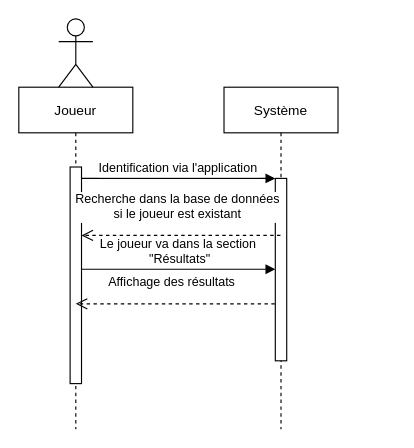
Kimaaaaaaa/Plots-_Lumineux_BTS_2022-2024 keeps this draw.io diagram as 1-Spécifications/Sequence/DiagrammeDeSéquence_consulter_les_résultats.drawio. Above is the earlier version. Source tidied: cells renumbered, new cells numbered last; positions are measured from the earlier drawing's top-left corner, leaving out a move shared by most shapes. Both pictures are drawn from the tidied source at 114%, with x=0, y=0 at pixel (18, 18).
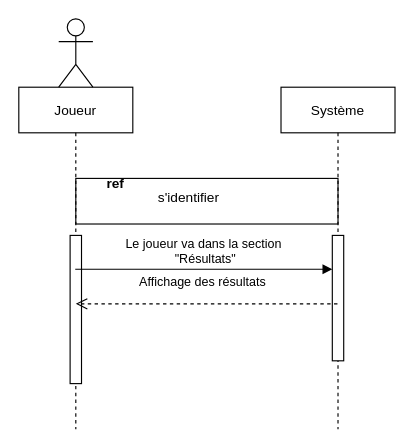
After the change.

What changed in the source:
```diff
@@
 <mxGraphModel>
   <root>
     <mxCell id="0" />
     <mxCell id="1" parent="0" />
+    <mxCell id="11" style="group;" parent="1" vertex="1">
+      <mxGeometry x="50" y="140" width="230" height="40" as="geometry" />
+    </mxCell>
+    <mxCell id="12" style="html=1;align=left;" parent="11" vertex="1">
+      <mxGeometry width="230" height="40" as="geometry" />
+    </mxCell>
+    <mxCell id="13" value="s'identifier" style="text;align=center;fontStyle=0;verticalAlign=middle;spacingLeft=3;spacingRight=3;strokeColor=none;" parent="11" vertex="1">
+      <mxGeometry x="74.8" y="14" width="49" height="4.7" as="geometry" />
+    </mxCell>
+    <mxCell id="14" value="ref" style="text;align=center;fontStyle=1;verticalAlign=middle;spacingLeft=3;spacingRight=3;strokeColor=none;" parent="11" vertex="1">
+      <mxGeometry x="10.5" y="1.8" width="49" height="4.7" as="geometry" />
+    </mxCell>
     <mxCell id="2" value="Joueur" style="shape=umlLifeline;perimeter=lifelinePerimeter;rounded=0;shadow=0;strokeWidth=1;" parent="1" vertex="1">
       <mxGeometry y="60" width="100" height="300" as="geometry" />
     </mxCell>
     <mxCell id="3" style="points=[];perimeter=orthogonalPerimeter;rounded=0;shadow=0;strokeWidth=1;" parent="2" vertex="1">
-      <mxGeometry x="45" y="70" width="10" height="190" as="geometry" />
+      <mxGeometry x="45" y="130" width="10" height="130" as="geometry" />
     </mxCell>
     <mxCell id="4" value="Système" style="shape=umlLifeline;perimeter=lifelinePerimeter;rounded=0;shadow=0;strokeWidth=1;" parent="1" vertex="1">
-      <mxGeometry x="180" y="60" width="100" height="300" as="geometry" />
+      <mxGeometry x="230" y="60" width="100" height="300" as="geometry" />
     </mxCell>
     <mxCell id="5" style="points=[];perimeter=orthogonalPerimeter;rounded=0;shadow=0;strokeWidth=1;" parent="4" vertex="1">
-      <mxGeometry x="45" y="80" width="10" height="160" as="geometry" />
+      <mxGeometry x="45" y="130" width="10" height="110" as="geometry" />
     </mxCell>
-    <mxCell id="6" value="Le joueur va dans la section&#10; &quot;Résultats&quot;" style="verticalAlign=bottom;endArrow=block;entryX=0;entryY=0;shadow=0;strokeWidth=1;" parent="4" edge="1">
+    <mxCell id="6" value="Le joueur va dans la section&#10; &quot;Résultats&quot;" style="verticalAlign=bottom;endArrow=block;entryX=0;entryY=0;shadow=0;strokeWidth=1;" parent="4" edge="1" source="2">
       <mxGeometry relative="1" as="geometry">
-        <mxPoint x="-125" y="159.7" as="sourcePoint" />
         <mxPoint x="45" y="159.7" as="targetPoint" />
       </mxGeometry>
     </mxCell>
-    <mxCell id="7" value="Recherche dans la base de données &#10;si le joueur est existant" style="verticalAlign=bottom;endArrow=open;dashed=1;endSize=8;shadow=0;strokeWidth=1;" parent="1" edge="1" source="4" target="3">
-      <mxGeometry x="0.03" y="-10" relative="1" as="geometry">
-        <Array as="points">
-          <mxPoint x="200" y="190" />
-          <mxPoint x="100" y="190" />
-        </Array>
-      </mxGeometry>
-    </mxCell>
-    <mxCell id="8" value="Identification via l'application" style="verticalAlign=bottom;endArrow=block;entryX=0;entryY=0;shadow=0;strokeWidth=1;" parent="1" edge="1" source="3" target="5">
-      <mxGeometry relative="1" as="geometry" />
-    </mxCell>
-    <mxCell id="9" value="Affichage des résultats" style="verticalAlign=bottom;endArrow=open;dashed=1;endSize=8;shadow=0;strokeWidth=1;" parent="1" edge="1">
+    <mxCell id="9" value="Affichage des résultats" style="verticalAlign=bottom;endArrow=open;dashed=1;endSize=8;shadow=0;strokeWidth=1;" parent="1" edge="1" source="4">
       <mxGeometry x="0.03" y="-10" relative="1" as="geometry">
-        <mxPoint x="224.5" y="250" as="sourcePoint" />
         <mxPoint x="50" y="250" as="targetPoint" />
         <Array as="points">
           <mxPoint x="195" y="250" />
           <mxPoint x="95" y="250" />
         </Array>
       </mxGeometry>
     </mxCell>
     <mxCell id="10" style="shape=umlActor;verticalLabelPosition=bottom;verticalAlign=top;html=1;" parent="1" vertex="1">
       <mxGeometry x="35" width="30" height="60" as="geometry" />
     </mxCell>
   </root>
 </mxGraphModel>
```
